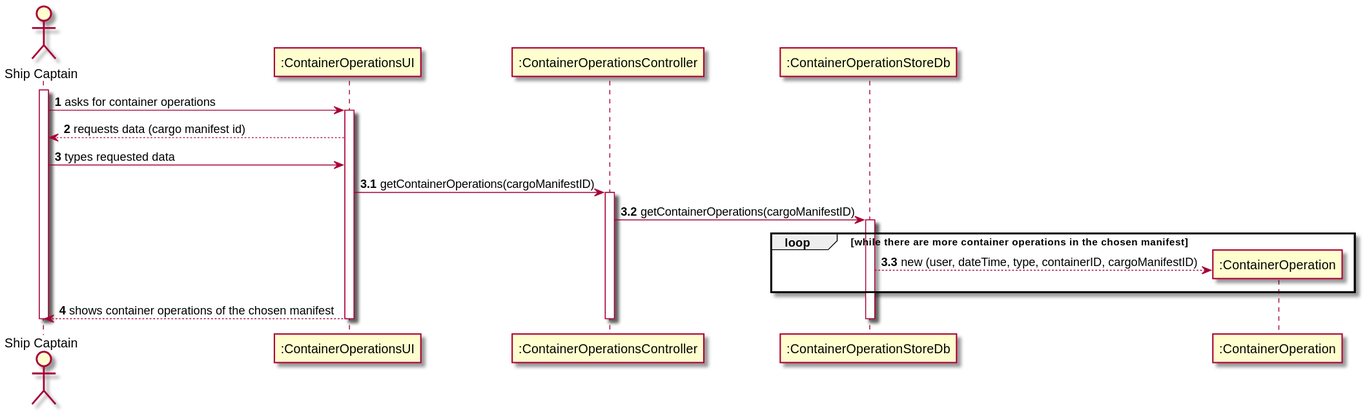
Above: docs/Sprint 3/US/US304/US304_SD.svg in 1190772/LAB-Project-3 (PlantUML), before the change.
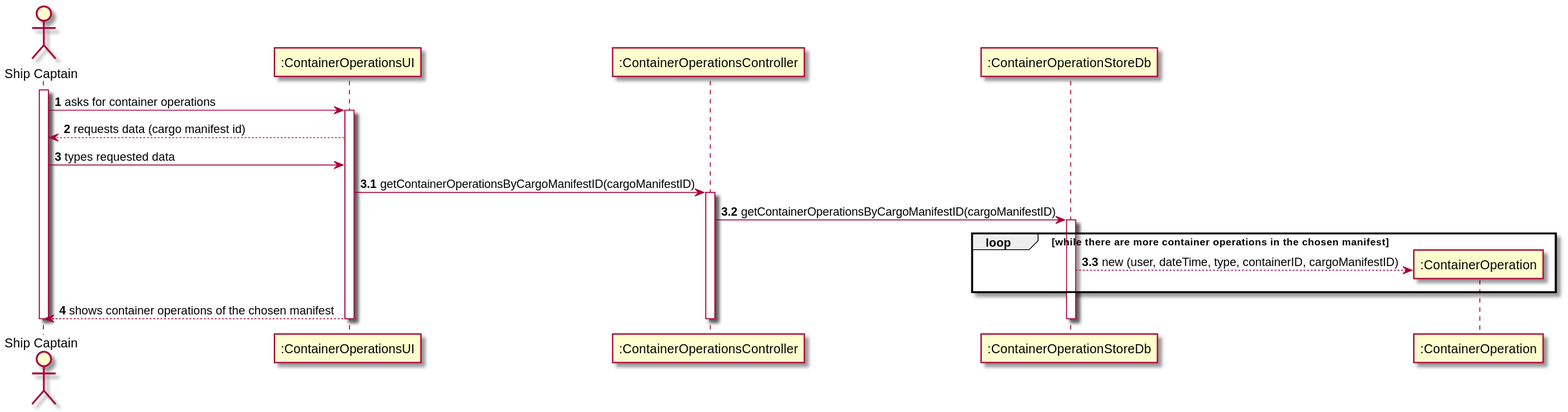
After the change.

What changed in the source:
```diff
@@ -19,11 +19,11 @@
 
 autonumber 3.1
 
-UI -> CTRL : getContainerOperations(cargoManifestID)
+UI -> CTRL : getContainerOperationsByCargoManifestID(cargoManifestID)
 
 activate CTRL
 
-CTRL -> CS : getContainerOperations(cargoManifestID)
+CTRL -> CS : getContainerOperationsByCargoManifestID(cargoManifestID)
 activate CS
 
 loop while there are more container operations in the chosen manifest
```
